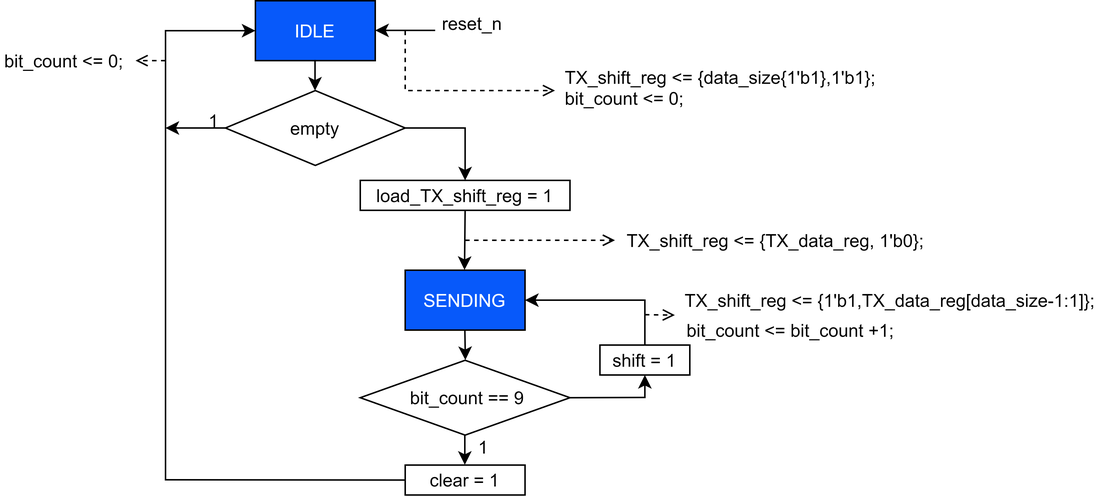
Above: doc/UART-uart_trans_ASMD.png in lampn0/uart_vlsi (draw.io), before the change. Source tidied: cells renumbered, new cells last; positions are measured from the earlier drawing's top-left corner, leaving out a move shared by most shapes. Source of this version:
```xml
<mxGraphModel>
  <root>
    <mxCell id="0" />
    <mxCell id="1" parent="0" />
    <mxCell id="2" value="&lt;font color=&quot;#ffffff&quot;&gt;IDLE&lt;/font&gt;" style="rounded=0;whiteSpace=wrap;html=1;fillColor=#0759FA;align=center;" parent="1" vertex="1">
      <mxGeometry x="170" width="80" height="40" as="geometry" />
    </mxCell>
    <mxCell id="3" value="empty" style="rhombus;whiteSpace=wrap;html=1;fillColor=#FFFFFF;align=center;" parent="1" vertex="1">
      <mxGeometry x="150" y="60" width="120" height="50" as="geometry" />
    </mxCell>
    <mxCell id="4" value="load_TX_shift_reg = 1" style="rounded=0;whiteSpace=wrap;html=1;fillColor=#FFFFFF;align=center;" parent="1" vertex="1">
      <mxGeometry x="240" y="120" width="140" height="20" as="geometry" />
    </mxCell>
    <mxCell id="5" value="clear = 1" style="rounded=0;whiteSpace=wrap;html=1;fillColor=#FFFFFF;align=center;" parent="1" vertex="1">
      <mxGeometry x="270" y="310.2" width="80" height="20" as="geometry" />
    </mxCell>
    <mxCell id="6" style="endArrow=classic;html=1;startSize=6;strokeWidth=1;rounded=0;entryX=0;entryY=0.5;entryDx=0;entryDy=0;exitX=0;exitY=0.5;exitDx=0;exitDy=0;" parent="1" edge="1" source="5" target="2">
      <mxGeometry relative="1" as="geometry">
        <Array as="points">
          <mxPoint x="110" y="320" />
          <mxPoint x="110" y="20" />
        </Array>
      </mxGeometry>
    </mxCell>
    <mxCell id="7" style="endArrow=classic;html=1;startSize=6;strokeWidth=1;rounded=0;" parent="1" edge="1">
      <mxGeometry relative="1" as="geometry">
        <mxPoint x="209.8" y="40.2" as="sourcePoint" />
        <mxPoint x="209.8" y="60" as="targetPoint" />
      </mxGeometry>
    </mxCell>
    <mxCell id="8" style="endArrow=classic;html=1;startSize=6;strokeWidth=1;rounded=0;" parent="1" edge="1">
      <mxGeometry relative="1" as="geometry">
        <mxPoint x="290" y="19.8" as="sourcePoint" />
        <mxPoint x="250" y="19.8" as="targetPoint" />
      </mxGeometry>
    </mxCell>
    <mxCell id="9" style="endArrow=classic;html=1;startSize=6;strokeWidth=1;rounded=0;exitX=1;exitY=0.5;exitDx=0;exitDy=0;entryX=0.5;entryY=0;entryDx=0;entryDy=0;" parent="1" edge="1" source="3" target="4">
      <mxGeometry relative="1" as="geometry">
        <Array as="points">
          <mxPoint x="310" y="85" />
        </Array>
      </mxGeometry>
    </mxCell>
    <mxCell id="10" style="endArrow=classic;html=1;startSize=6;strokeWidth=1;rounded=0;exitX=0.5;exitY=1;exitDx=0;exitDy=0;" parent="1" edge="1" source="4">
      <mxGeometry relative="1" as="geometry">
        <mxPoint x="309.6" y="179.8" as="targetPoint" />
      </mxGeometry>
    </mxCell>
    <mxCell id="11" style="endArrow=classic;html=1;startSize=6;strokeWidth=1;rounded=0;" parent="1" edge="1">
      <mxGeometry relative="1" as="geometry">
        <mxPoint x="309.8" y="290.2" as="sourcePoint" />
        <mxPoint x="309.8" y="310" as="targetPoint" />
      </mxGeometry>
    </mxCell>
    <mxCell id="12" style="endArrow=classic;html=1;startSize=6;strokeWidth=1;rounded=0;exitX=1;exitY=0.5;exitDx=0;exitDy=0;entryX=0.5;entryY=1;entryDx=0;entryDy=0;" parent="1" edge="1" source="26" target="24">
      <mxGeometry relative="1" as="geometry">
        <Array as="points">
          <mxPoint x="430" y="265" />
        </Array>
      </mxGeometry>
    </mxCell>
    <mxCell id="13" style="endArrow=classic;html=1;startSize=6;strokeWidth=1;rounded=0;exitX=0;exitY=0.5;exitDx=0;exitDy=0;" parent="1" edge="1" source="3">
      <mxGeometry relative="1" as="geometry">
        <mxPoint x="110" y="85" as="targetPoint" />
      </mxGeometry>
    </mxCell>
    <mxCell id="14" value="reset_n" style="text;html=1;fillColor=none;align=center;verticalAlign=middle;whiteSpace=wrap;rounded=0;" parent="1" vertex="1">
      <mxGeometry x="295" y="5" width="40" height="20" as="geometry" />
    </mxCell>
    <mxCell id="15" value="1" style="text;html=1;fillColor=none;align=center;verticalAlign=middle;whiteSpace=wrap;rounded=0;" parent="1" vertex="1">
      <mxGeometry x="315" y="292.7" width="15" height="10" as="geometry" />
    </mxCell>
    <mxCell id="16" value="1" style="text;html=1;fillColor=none;align=center;verticalAlign=middle;whiteSpace=wrap;rounded=0;" parent="1" vertex="1">
      <mxGeometry x="135" y="70" width="15" height="20" as="geometry" />
    </mxCell>
    <mxCell id="17" style="endArrow=open;html=1;rounded=1;dashed=1;endFill=0;" parent="1" edge="1">
      <mxGeometry relative="1" as="geometry">
        <mxPoint x="310" y="160" as="sourcePoint" />
        <mxPoint x="410" y="160" as="targetPoint" />
      </mxGeometry>
    </mxCell>
    <mxCell id="18" value="TX_shift_reg &amp;lt;= {TX_data_reg, 1'b0};" style="text;html=1;fillColor=none;align=center;verticalAlign=middle;whiteSpace=wrap;rounded=0;" parent="1" vertex="1">
      <mxGeometry x="415" y="150" width="205" height="20" as="geometry" />
    </mxCell>
    <mxCell id="19" value="TX_shift_reg &amp;lt;= {1'b1,TX_data_reg[data_size-1:1]};" style="text;html=1;fillColor=none;align=left;verticalAlign=middle;whiteSpace=wrap;rounded=0;" parent="1" vertex="1">
      <mxGeometry x="455" y="190" width="285" height="20" as="geometry" />
    </mxCell>
    <mxCell id="20" value="bit_count &amp;lt;= bit_count +1;" style="text;html=1;fillColor=none;align=center;verticalAlign=middle;whiteSpace=wrap;rounded=0;" parent="1" vertex="1">
      <mxGeometry x="455" y="210" width="145" height="20" as="geometry" />
    </mxCell>
    <mxCell id="21" value="bit_count &amp;lt;= 0;" style="text;html=1;fillColor=none;align=center;verticalAlign=middle;whiteSpace=wrap;rounded=0;" parent="1" vertex="1">
      <mxGeometry y="30" width="85" height="20" as="geometry" />
    </mxCell>
    <mxCell id="22" style="endArrow=open;html=1;rounded=1;dashed=1;endFill=0;" parent="1" edge="1">
      <mxGeometry relative="1" as="geometry">
        <mxPoint x="110" y="40" as="sourcePoint" />
        <mxPoint x="90" y="40" as="targetPoint" />
      </mxGeometry>
    </mxCell>
    <mxCell id="23" value="&lt;font color=&quot;#ffffff&quot;&gt;SENDING&lt;/font&gt;" style="rounded=0;whiteSpace=wrap;html=1;fillColor=#0759FA;align=center;" parent="1" vertex="1">
      <mxGeometry x="270" y="180" width="80" height="40" as="geometry" />
    </mxCell>
    <mxCell id="24" value="shift = 1" style="rounded=0;whiteSpace=wrap;html=1;fillColor=#FFFFFF;align=center;" parent="1" vertex="1">
      <mxGeometry x="400" y="230" width="60" height="20" as="geometry" />
    </mxCell>
    <mxCell id="25" style="endArrow=open;html=1;rounded=1;dashed=1;endFill=0;" parent="1" edge="1">
      <mxGeometry relative="1" as="geometry">
        <mxPoint x="310" y="160" as="sourcePoint" />
        <mxPoint x="410" y="160" as="targetPoint" />
      </mxGeometry>
    </mxCell>
    <mxCell id="26" value="&amp;nbsp;bit_count == 9" style="rhombus;whiteSpace=wrap;html=1;fillColor=#FFFFFF;align=center;" parent="1" vertex="1">
      <mxGeometry x="240" y="240.2" width="140" height="50" as="geometry" />
    </mxCell>
    <mxCell id="27" style="endArrow=classic;html=1;startSize=6;strokeWidth=1;rounded=0;exitX=0.5;exitY=1;exitDx=0;exitDy=0;" parent="1" edge="1">
      <mxGeometry relative="1" as="geometry">
        <mxPoint x="309.8" y="220" as="sourcePoint" />
        <mxPoint x="310.2" y="240" as="targetPoint" />
      </mxGeometry>
    </mxCell>
    <mxCell id="28" style="endArrow=classic;html=1;startSize=6;strokeWidth=1;rounded=0;exitX=0.5;exitY=0;exitDx=0;exitDy=0;entryX=1;entryY=0.5;entryDx=0;entryDy=0;" parent="1" edge="1" source="24" target="23">
      <mxGeometry relative="1" as="geometry">
        <Array as="points">
          <mxPoint x="430" y="200" />
        </Array>
      </mxGeometry>
    </mxCell>
    <mxCell id="29" style="endArrow=open;html=1;rounded=1;dashed=1;endFill=0;" parent="1" edge="1">
      <mxGeometry relative="1" as="geometry">
        <mxPoint x="430" y="209.7" as="sourcePoint" />
        <mxPoint x="450" y="210" as="targetPoint" />
      </mxGeometry>
    </mxCell>
    <mxCell id="30" style="endArrow=open;html=1;rounded=0;dashed=1;endFill=0;" parent="1" edge="1">
      <mxGeometry relative="1" as="geometry">
        <mxPoint x="270" y="20" as="sourcePoint" />
        <mxPoint x="370" y="60" as="targetPoint" />
        <Array as="points">
          <mxPoint x="270" y="60" />
        </Array>
      </mxGeometry>
    </mxCell>
    <mxCell id="31" value="TX_shift_reg &amp;lt;= {data_size{1'b1},1'b1};&lt;br&gt;bit_count &amp;lt;= 0;" style="text;html=1;fillColor=none;align=left;verticalAlign=middle;whiteSpace=wrap;rounded=0;" parent="1" vertex="1">
      <mxGeometry x="375" y="40" width="215" height="35" as="geometry" />
    </mxCell>
  </root>
</mxGraphModel>
```
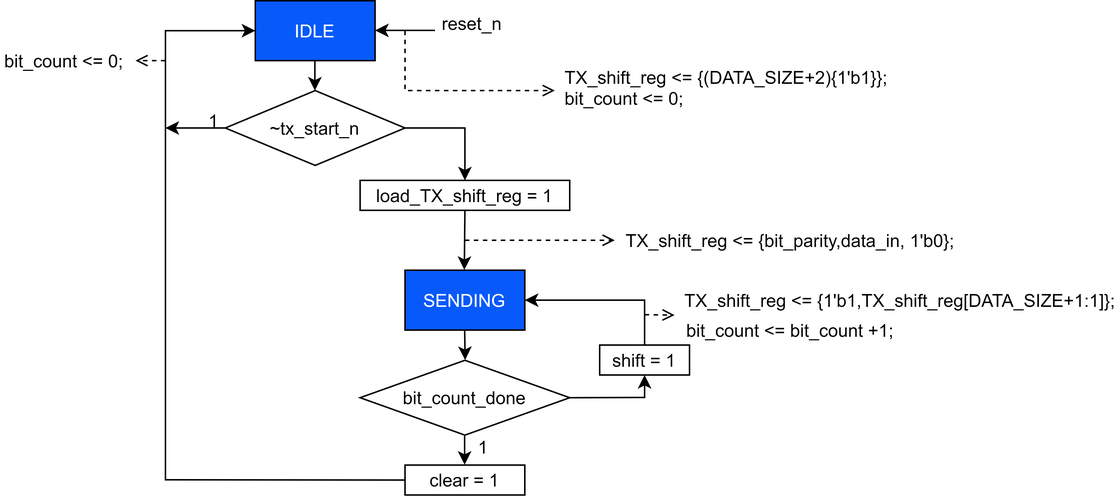
The same diagram one commit later.

The edit, as a diff of the source:
```diff
@@ -5,7 +5,7 @@
     <mxCell id="2" value="&lt;font color=&quot;#ffffff&quot;&gt;IDLE&lt;/font&gt;" style="rounded=0;whiteSpace=wrap;html=1;fillColor=#0759FA;align=center;" parent="1" vertex="1">
       <mxGeometry x="170" width="80" height="40" as="geometry" />
     </mxCell>
-    <mxCell id="3" value="empty" style="rhombus;whiteSpace=wrap;html=1;fillColor=#FFFFFF;align=center;" parent="1" vertex="1">
+    <mxCell id="3" value="~tx_start_n" style="rhombus;whiteSpace=wrap;html=1;fillColor=#FFFFFF;align=center;" parent="1" vertex="1">
       <mxGeometry x="150" y="60" width="120" height="50" as="geometry" />
     </mxCell>
     <mxCell id="4" value="load_TX_shift_reg = 1" style="rounded=0;whiteSpace=wrap;html=1;fillColor=#FFFFFF;align=center;" parent="1" vertex="1">
@@ -79,11 +79,11 @@
         <mxPoint x="410" y="160" as="targetPoint" />
       </mxGeometry>
     </mxCell>
-    <mxCell id="18" value="TX_shift_reg &amp;lt;= {TX_data_reg, 1'b0};" style="text;html=1;fillColor=none;align=center;verticalAlign=middle;whiteSpace=wrap;rounded=0;" parent="1" vertex="1">
-      <mxGeometry x="415" y="150" width="205" height="20" as="geometry" />
+    <mxCell id="18" value="TX_shift_reg &amp;lt;= {bit_parity,data_in, 1'b0};" style="text;html=1;fillColor=none;align=center;verticalAlign=middle;whiteSpace=wrap;rounded=0;" parent="1" vertex="1">
+      <mxGeometry x="415" y="150" width="225" height="20" as="geometry" />
     </mxCell>
-    <mxCell id="19" value="TX_shift_reg &amp;lt;= {1'b1,TX_data_reg[data_size-1:1]};" style="text;html=1;fillColor=none;align=left;verticalAlign=middle;whiteSpace=wrap;rounded=0;" parent="1" vertex="1">
-      <mxGeometry x="455" y="190" width="285" height="20" as="geometry" />
+    <mxCell id="19" value="TX_shift_reg &amp;lt;= {1'b1,TX_shift_reg[DATA_SIZE+1:1]};" style="text;html=1;fillColor=none;align=left;verticalAlign=middle;whiteSpace=wrap;rounded=0;" parent="1" vertex="1">
+      <mxGeometry x="455" y="190" width="290" height="20" as="geometry" />
     </mxCell>
     <mxCell id="20" value="bit_count &amp;lt;= bit_count +1;" style="text;html=1;fillColor=none;align=center;verticalAlign=middle;whiteSpace=wrap;rounded=0;" parent="1" vertex="1">
       <mxGeometry x="455" y="210" width="145" height="20" as="geometry" />
@@ -109,7 +109,7 @@
         <mxPoint x="410" y="160" as="targetPoint" />
       </mxGeometry>
     </mxCell>
-    <mxCell id="26" value="&amp;nbsp;bit_count == 9" style="rhombus;whiteSpace=wrap;html=1;fillColor=#FFFFFF;align=center;" parent="1" vertex="1">
+    <mxCell id="26" value="bit_count_done" style="rhombus;whiteSpace=wrap;html=1;fillColor=#FFFFFF;align=center;" parent="1" vertex="1">
       <mxGeometry x="240" y="240.2" width="140" height="50" as="geometry" />
     </mxCell>
     <mxCell id="27" style="endArrow=classic;html=1;startSize=6;strokeWidth=1;rounded=0;exitX=0.5;exitY=1;exitDx=0;exitDy=0;" parent="1" edge="1">
@@ -140,8 +140,8 @@
         </Array>
       </mxGeometry>
     </mxCell>
-    <mxCell id="31" value="TX_shift_reg &amp;lt;= {data_size{1'b1},1'b1};&lt;br&gt;bit_count &amp;lt;= 0;" style="text;html=1;fillColor=none;align=left;verticalAlign=middle;whiteSpace=wrap;rounded=0;" parent="1" vertex="1">
-      <mxGeometry x="375" y="40" width="215" height="35" as="geometry" />
+    <mxCell id="31" value="TX_shift_reg &amp;lt;= {(DATA_SIZE+2){1'b1}};&lt;br&gt;bit_count &amp;lt;= 0;" style="text;html=1;fillColor=none;align=left;verticalAlign=middle;whiteSpace=wrap;rounded=0;" parent="1" vertex="1">
+      <mxGeometry x="375" y="40" width="220" height="35" as="geometry" />
     </mxCell>
   </root>
 </mxGraphModel>
```
